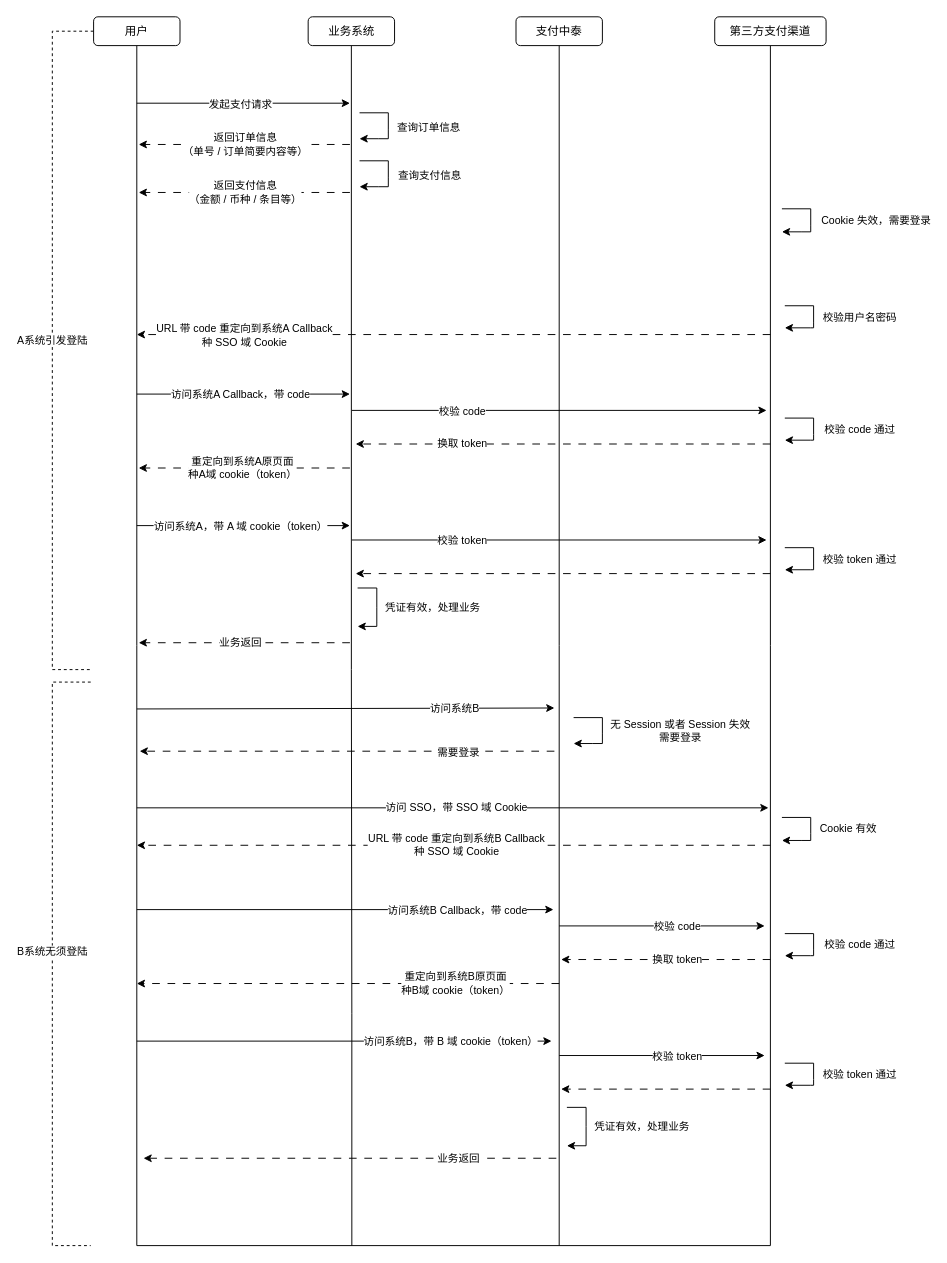
HaiHuangCHN/diagrams keeps this draw.io diagram as 支付流程.drawio. Above is the earlier version. Source tidied: cells renumbered, new cells numbered last; positions are measured from the earlier drawing's top-left corner, leaving out a move shared by most shapes. Both pictures are drawn from the tidied source at 96%, with x=0, y=0 at pixel (52, 16).
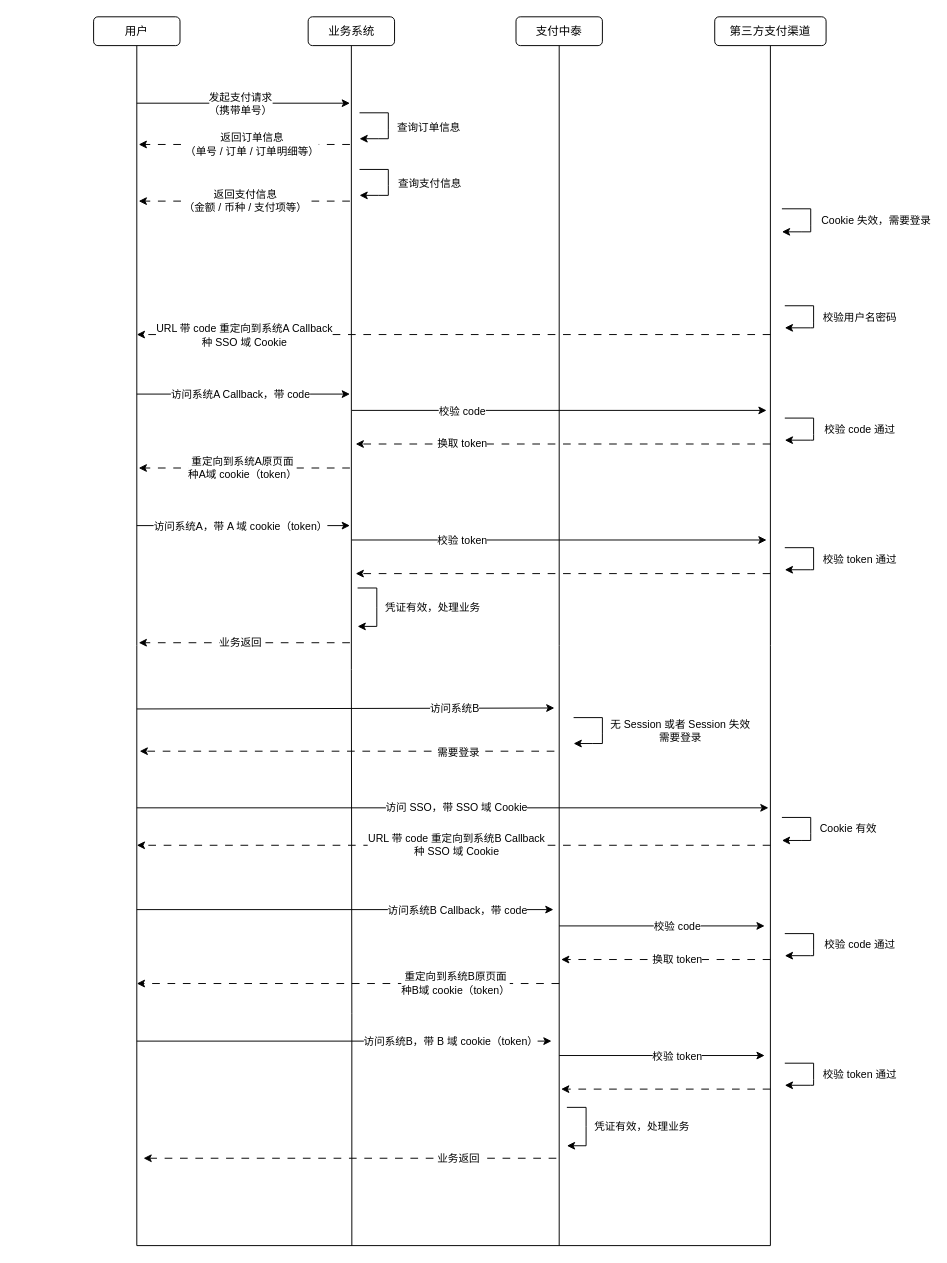
Above is the later version.

Commit message (it also covers changes not shown here):
更新支付流程.drawio

Unchanged cells that the change refers to:
```xml
<mxCell id="5" value="用户" style="rounded=1;whiteSpace=wrap;html=1;" parent="1" vertex="1">
  <mxGeometry x="43" width="90" height="30" as="geometry" />
</mxCell>
<mxCell id="12" style="endArrow=classic;html=1;rounded=0;" parent="1" edge="1">
  <mxGeometry relative="1" as="geometry">
    <mxPoint x="88" y="90" as="sourcePoint" />
    <mxPoint x="310" y="90" as="targetPoint" />
  </mxGeometry>
</mxCell>
<mxCell id="14" style="endArrow=classic;html=1;rounded=0;dashed=1;dashPattern=8 8;" parent="1" edge="1">
  <mxGeometry relative="1" as="geometry">
    <mxPoint x="310" y="133" as="sourcePoint" />
    <mxPoint x="90" y="133" as="targetPoint" />
  </mxGeometry>
</mxCell>
```

Change to the diagram source:
```diff
@@
-    <mxCell id="3" style="edgeStyle=orthogonalEdgeStyle;rounded=0;jettySize=auto;html=1;strokeColor=default;dashed=1;startArrow=none;startFill=0;endArrow=none;endFill=0;" parent="1" edge="1" source="5">
-      <mxGeometry relative="1" as="geometry">
-        <mxPoint x="40" y="680" as="targetPoint" />
-        <Array as="points">
-          <mxPoint y="15" />
-          <mxPoint y="680" />
-        </Array>
-      </mxGeometry>
-    </mxCell>
-    <mxCell id="4" value="A系统引发登陆" style="edgeLabel;html=1;align=center;verticalAlign=middle;" parent="3" vertex="1">
-      <mxGeometry x="-0.06" y="-1" relative="1" as="geometry">
-        <mxPoint y="12" as="offset" />
-      </mxGeometry>
-    </mxCell>
@@
-    <mxCell id="13" value="发起支付请求" style="edgeLabel;html=1;align=center;verticalAlign=middle;" parent="12" vertex="1">
+    <mxCell id="13" value="发起支付请求&lt;div&gt;（携带单号）&lt;/div&gt;" style="edgeLabel;html=1;align=center;verticalAlign=middle;" parent="12" vertex="1">
       <mxGeometry x="-0.32" y="-1" relative="1" as="geometry">
         <mxPoint x="32" y="-1" as="offset" />
       </mxGeometry>
     </mxCell>
@@
-    <mxCell id="15" value="返回订单信息&lt;div&gt;（单号 / 订单简要内容等）&lt;/div&gt;" style="edgeLabel;html=1;align=center;verticalAlign=middle;" parent="14" vertex="1">
+    <mxCell id="15" value="返回订单信息&lt;div&gt;（单号 / 订单 / 订单明细等）&lt;/div&gt;" style="edgeLabel;html=1;align=center;verticalAlign=middle;" parent="14" vertex="1">
       <mxGeometry x="-0.32" y="-1" relative="1" as="geometry">
-        <mxPoint x="-35" as="offset" />
+        <mxPoint x="-28" as="offset" />
       </mxGeometry>
     </mxCell>
@@
-    <mxCell id="49" style="edgeStyle=orthogonalEdgeStyle;rounded=0;orthogonalLoop=1;jettySize=auto;html=1;strokeColor=default;dashed=1;startArrow=none;startFill=0;endArrow=none;endFill=0;" parent="1" edge="1">
-      <mxGeometry relative="1" as="geometry">
-        <mxPoint x="40" y="693" as="sourcePoint" />
-        <mxPoint x="40" y="1280" as="targetPoint" />
-        <Array as="points">
-          <mxPoint y="693" />
-          <mxPoint y="1280" />
-        </Array>
-      </mxGeometry>
-    </mxCell>
-    <mxCell id="50" value="B系统无须登陆" style="edgeLabel;html=1;align=center;verticalAlign=middle;" parent="49" vertex="1">
-      <mxGeometry x="-0.06" y="-1" relative="1" as="geometry">
-        <mxPoint y="7" as="offset" />
-      </mxGeometry>
-    </mxCell>
@@
     <mxCell id="81" style="endArrow=classic;html=1;rounded=0;dashed=1;dashPattern=8 8;" parent="1" edge="1">
       <mxGeometry relative="1" as="geometry">
-        <mxPoint x="310" y="183" as="sourcePoint" />
-        <mxPoint x="90" y="183" as="targetPoint" />
+        <mxPoint x="310" y="192" as="sourcePoint" />
+        <mxPoint x="90" y="192" as="targetPoint" />
       </mxGeometry>
     </mxCell>
-    <mxCell id="82" value="返回支付信息&lt;div&gt;（金额 / 币种 / 条目等）&lt;/div&gt;" style="edgeLabel;html=1;align=center;verticalAlign=middle;" parent="81" vertex="1">
+    <mxCell id="82" value="返回支付信息&lt;div&gt;（金额 / 币种 / 支付项等）&lt;/div&gt;" style="edgeLabel;html=1;align=center;verticalAlign=middle;" parent="81" vertex="1">
       <mxGeometry x="-0.32" y="-1" relative="1" as="geometry">
         <mxPoint x="-35" as="offset" />
       </mxGeometry>
     </mxCell>
     <mxCell id="83" style="endArrow=classic;html=1;rounded=0;" parent="1" edge="1">
       <mxGeometry relative="1" as="geometry">
-        <mxPoint x="320" y="150" as="sourcePoint" />
-        <mxPoint x="320" y="177" as="targetPoint" />
+        <mxPoint x="320" y="159" as="sourcePoint" />
+        <mxPoint x="320" y="186" as="targetPoint" />
         <Array as="points">
-          <mxPoint x="350" y="150" />
-          <mxPoint x="350" y="167" />
-          <mxPoint x="350" y="177" />
-          <mxPoint x="340" y="177" />
+          <mxPoint x="350" y="159" />
+          <mxPoint x="350" y="176" />
+          <mxPoint x="350" y="186" />
+          <mxPoint x="340" y="186" />
         </Array>
       </mxGeometry>
     </mxCell>
```
